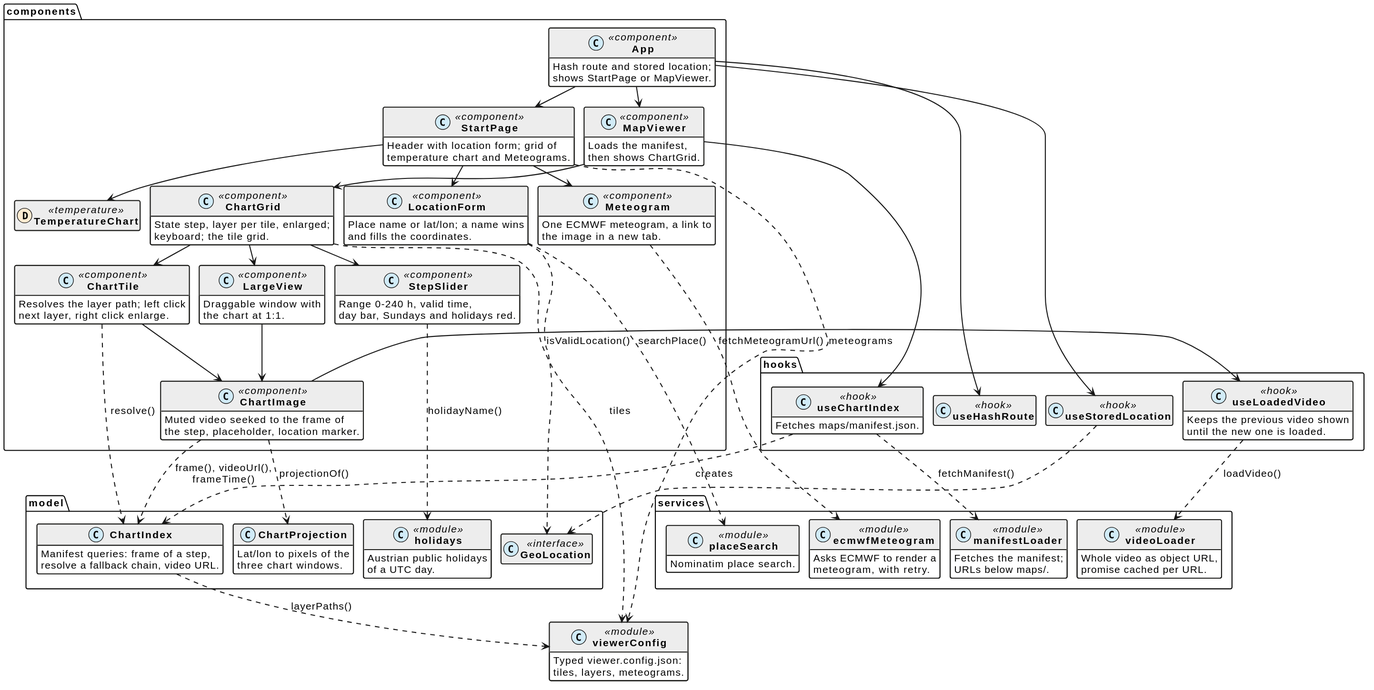
schletz/wetterkartenviewer keeps this PlantUML diagram as docs/app.svg. Above is the earlier version.
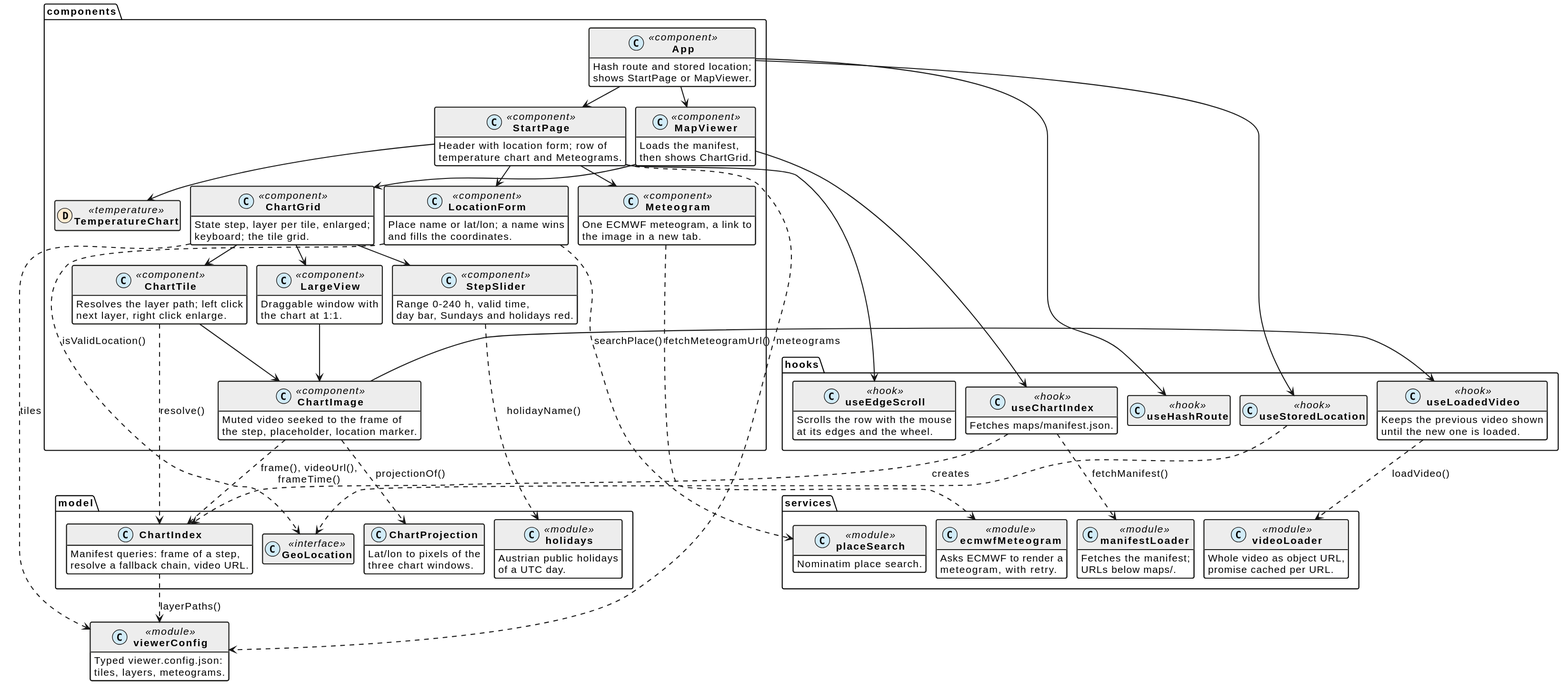
The same file after the commit.

The edit, as a diff of the source:
```diff
@@ -48,7 +48,7 @@
  shows StartPage or MapViewer.
  }
  class StartPage <<component>> {
- Header with location form; grid of
+ Header with location form; row of
  temperature chart and Meteograms.
  }
  class TemperatureChart << (D,#fdebd1) temperature >>
@@ -90,6 +90,10 @@
  class useStoredLocation <<hook>>
  class useChartIndex <<hook>> {
  Fetches maps/manifest.json.
+ }
+ class useEdgeScroll <<hook>> {
+ Scrolls the row with the mouse
+ at its edges and the wheel.
  }
  class useLoadedVideo <<hook>> {
  Keeps the previous video shown
@@ -138,6 +142,7 @@
 App --> MapViewer
 StartPage --> LocationForm
 StartPage --> Meteogram
+StartPage --> useEdgeScroll
 StartPage --> TemperatureChart
 StartPage ..> viewerConfig : meteograms
 LocationForm ..> placeSearch : searchPlace()
```
